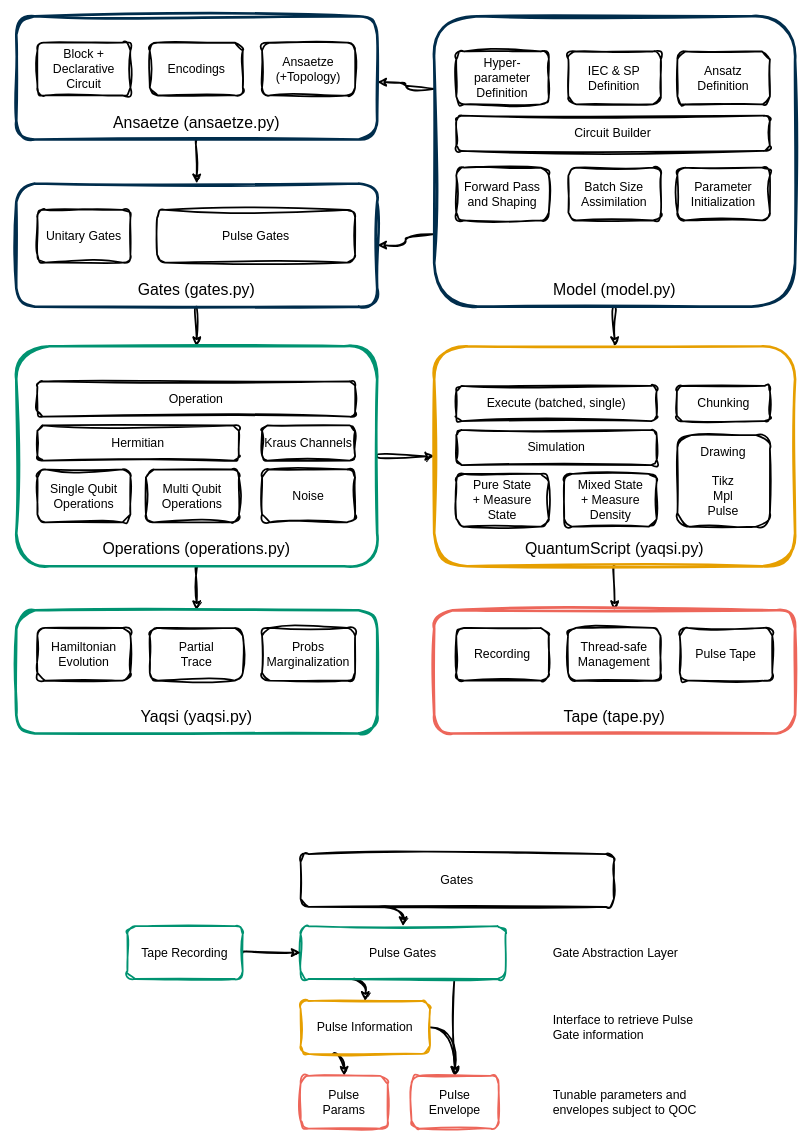
This is page "yaqsi" (5 of 5) of docs/diagrams.drawio from cirKITers/qml-essentials, a draw.io file, before an edit. Source tidied: cells renumbered, new cells numbered last; positions are measured from the earlier drawing's top-left corner, leaving out a move shared by most shapes. Both pictures are drawn from the tidied source at 88%, with x=0, y=0 at pixel (16, 16).
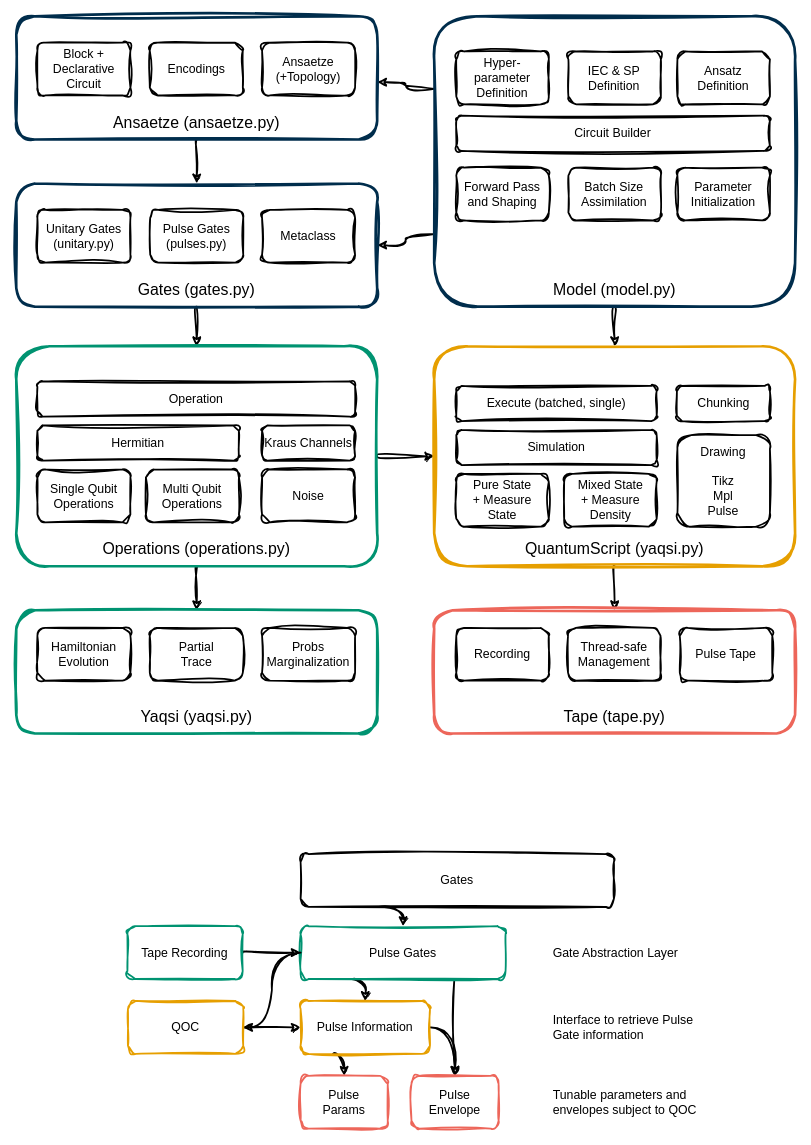
Above is the later version.

The change refers to these unchanged cells:
```xml
<mxCell id="49" value="Pulse Gates" style="rounded=1;whiteSpace=wrap;html=1;strokeWidth=2;fontSize=14;sketch=1;curveFitting=1;jiggle=2;fillColor=none;strokeColor=#009371;" parent="1" vertex="1">
  <mxGeometry x="323.1" y="1034" width="232.9" height="60" as="geometry" />
</mxCell>
<mxCell id="52" value="Pulse Information" style="rounded=1;whiteSpace=wrap;html=1;strokeWidth=2;fontSize=14;sketch=1;curveFitting=1;jiggle=2;fillColor=none;strokeColor=#E69F00;" parent="1" vertex="1">
  <mxGeometry x="323.1" y="1119" width="147" height="60" as="geometry" />
</mxCell>
```

Change to the diagram source:
```diff
@@
-    <mxCell id="35" value="Unitary Gates" style="rounded=1;whiteSpace=wrap;html=1;strokeWidth=2;fontSize=14;sketch=1;curveFitting=1;jiggle=2;fillColor=none;" parent="1" vertex="1">
+    <mxCell id="35" value="Unitary Gates&lt;br&gt;(unitary.py)" style="rounded=1;whiteSpace=wrap;html=1;strokeWidth=2;fontSize=14;sketch=1;curveFitting=1;jiggle=2;fillColor=none;" parent="1" vertex="1">
       <mxGeometry x="24" y="220" width="105.7" height="60" as="geometry" />
     </mxCell>
-    <mxCell id="36" value="Pulse Gates" style="rounded=1;whiteSpace=wrap;html=1;strokeWidth=2;fontSize=14;sketch=1;curveFitting=1;jiggle=2;fillColor=none;" parent="1" vertex="1">
-      <mxGeometry x="160" y="220" width="225" height="60" as="geometry" />
+    <mxCell id="36" value="Pulse Gates&lt;br&gt;(pulses.py)" style="rounded=1;whiteSpace=wrap;html=1;strokeWidth=2;fontSize=14;sketch=1;curveFitting=1;jiggle=2;fillColor=none;" parent="1" vertex="1">
+      <mxGeometry x="152.2" y="220" width="105.7" height="60" as="geometry" />
     </mxCell>
@@
+    <mxCell id="62" value="Metaclass" style="rounded=1;whiteSpace=wrap;html=1;strokeWidth=2;fontSize=14;sketch=1;curveFitting=1;jiggle=2;fillColor=none;" parent="1" vertex="1">
+      <mxGeometry x="279.3" y="220" width="105.7" height="60" as="geometry" />
+    </mxCell>
+    <mxCell id="63" style="edgeStyle=orthogonalEdgeStyle;rounded=0;jettySize=auto;html=1;entryX=0;entryY=0.5;entryDx=0;entryDy=0;sketch=1;jiggle=2;curveFitting=1;strokeColor=default;strokeWidth=2;align=center;verticalAlign=middle;fontFamily=Helvetica;fontSize=14;fontColor=default;labelBackgroundColor=default;endArrow=none;curved=1;exitX=1;exitY=0.5;exitDx=0;exitDy=0;startArrow=classic;startFill=1;endFill=0;" parent="1" edge="1" source="65" target="49">
+      <mxGeometry relative="1" as="geometry" />
+    </mxCell>
+    <mxCell id="64" style="edgeStyle=orthogonalEdgeStyle;rounded=0;jettySize=auto;html=1;exitX=1;exitY=0.5;exitDx=0;exitDy=0;entryX=0;entryY=0.5;entryDx=0;entryDy=0;sketch=1;jiggle=2;curveFitting=1;strokeColor=default;strokeWidth=2;align=center;verticalAlign=middle;fontFamily=Helvetica;fontSize=14;fontColor=default;labelBackgroundColor=default;endArrow=classic;curved=1;" parent="1" edge="1" source="65" target="52">
+      <mxGeometry relative="1" as="geometry" />
+    </mxCell>
+    <mxCell id="65" value="QOC" style="rounded=1;whiteSpace=wrap;html=1;strokeWidth=2;fontSize=14;sketch=1;curveFitting=1;jiggle=2;fillColor=none;strokeColor=#E69F00;" parent="1" vertex="1">
+      <mxGeometry x="126.9" y="1119" width="131" height="60" as="geometry" />
+    </mxCell>
```
